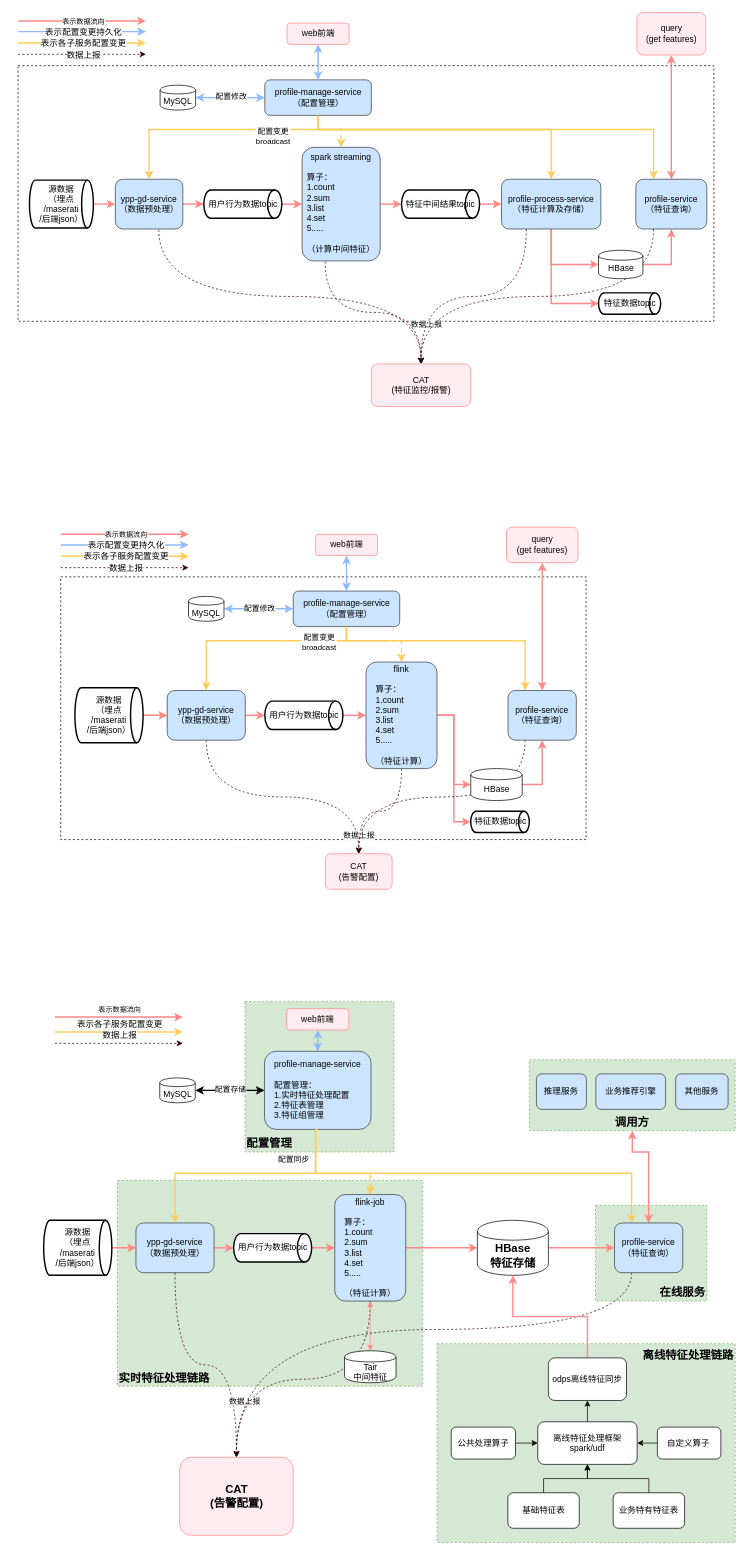
Before: 运行架构图.drawio in qingchao-kong/draw.io, a draw.io diagram. Source tidied: cells renumbered, new cells numbered last; positions are measured from the earlier drawing's top-left corner, leaving out a move shared by most shapes. Both pictures are drawn from the tidied source at 71%, with x=0, y=0 at pixel (18, 12).
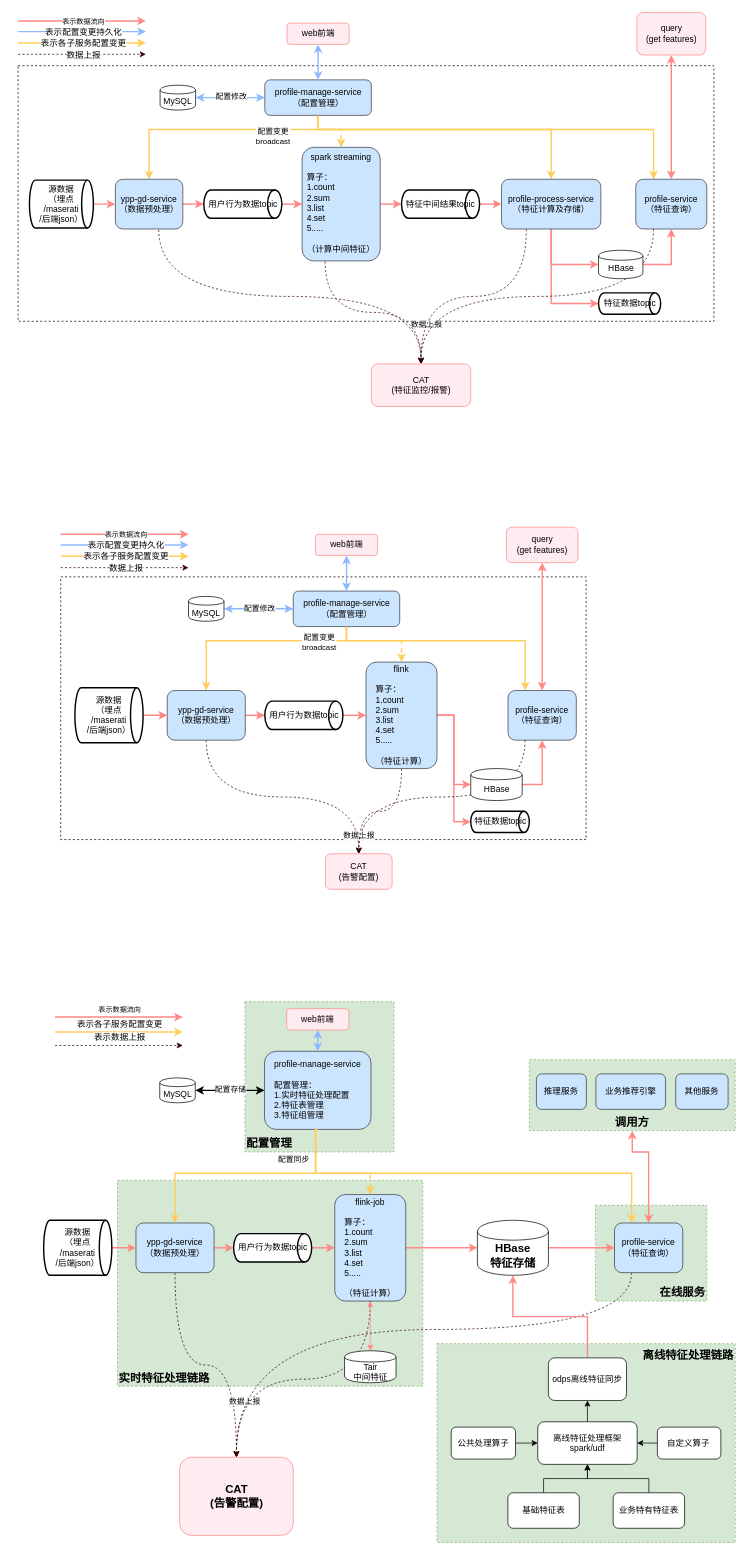
After the change.

Commit message:
Update 运行架构图.drawio

Change to the diagram source:
```diff
@@
     <mxCell id="120" style="endArrow=classic;html=1;fillColor=#ffcd5a;strokeWidth=1;strokeColor=#330000;dashed=1;" parent="1" edge="1">
       <mxGeometry relative="1" as="geometry">
-        <mxPoint x="52" y="1452" as="sourcePoint" />
-        <mxPoint x="232" y="1452" as="targetPoint" />
+        <mxPoint x="52" y="1455" as="sourcePoint" />
+        <mxPoint x="232" y="1455" as="targetPoint" />
       </mxGeometry>
     </mxCell>
-    <mxCell id="121" value="数据上报" style="text;html=1;align=center;verticalAlign=middle;labelBackgroundColor=#ffffff;childText;" parent="120" vertex="1">
+    <mxCell id="121" value="表示数据上报" style="text;html=1;align=center;verticalAlign=middle;labelBackgroundColor=#ffffff;childText;" parent="120" vertex="1">
       <mxGeometry x="0.07" y="-1" relative="1" as="geometry">
         <mxPoint x="-5.5" y="-12.8" as="offset" />
       </mxGeometry>
     </mxCell>
```
